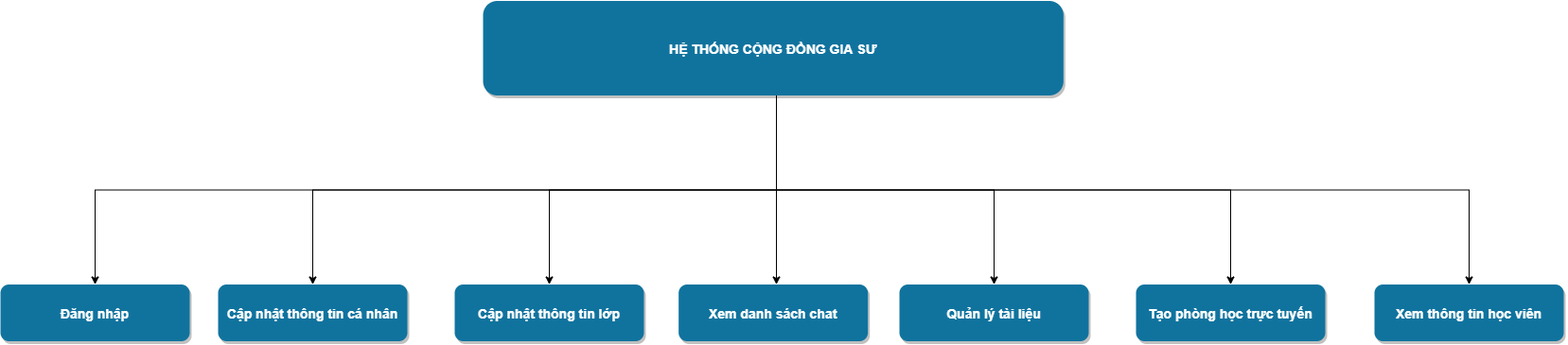
Earlier version of the draw.io export docs/Database_log/1-4/CongDongGiaSu_SoDoChucNang_GiaSu.png (nghiale1/CongDongGiaSu). Source tidied: cells renumbered, new cells last; positions are measured from the earlier drawing's top-left corner, leaving out a move shared by most shapes. Its diagram source:
```xml
<mxGraphModel background="#ffffff">
  <root>
    <mxCell id="0" />
    <mxCell id="1" parent="0" />
    <mxCell id="2" style="edgeStyle=orthogonalEdgeStyle;rounded=0;jettySize=auto;html=1;entryX=0.5;entryY=0;entryDx=0;entryDy=0;" parent="1" edge="1" source="9" target="10">
      <mxGeometry relative="1" as="geometry">
        <Array as="points">
          <mxPoint x="820" y="200" />
          <mxPoint x="100" y="200" />
        </Array>
      </mxGeometry>
    </mxCell>
    <mxCell id="3" style="edgeStyle=orthogonalEdgeStyle;rounded=0;jettySize=auto;html=1;entryX=0.5;entryY=0;entryDx=0;entryDy=0;" parent="1" edge="1" source="9" target="11">
      <mxGeometry relative="1" as="geometry">
        <Array as="points">
          <mxPoint x="820" y="200" />
          <mxPoint x="330" y="200" />
        </Array>
      </mxGeometry>
    </mxCell>
    <mxCell id="4" style="edgeStyle=orthogonalEdgeStyle;rounded=0;jettySize=auto;html=1;entryX=0.5;entryY=0;entryDx=0;entryDy=0;" parent="1" edge="1" source="9" target="12">
      <mxGeometry relative="1" as="geometry">
        <Array as="points">
          <mxPoint x="820" y="200" />
          <mxPoint x="580" y="200" />
        </Array>
      </mxGeometry>
    </mxCell>
    <mxCell id="5" style="edgeStyle=orthogonalEdgeStyle;rounded=0;jettySize=auto;html=1;" parent="1" edge="1" source="9" target="13">
      <mxGeometry relative="1" as="geometry">
        <Array as="points">
          <mxPoint x="820" y="230" />
          <mxPoint x="820" y="230" />
        </Array>
      </mxGeometry>
    </mxCell>
    <mxCell id="6" style="edgeStyle=orthogonalEdgeStyle;rounded=0;jettySize=auto;html=1;entryX=0.5;entryY=0;entryDx=0;entryDy=0;" parent="1" edge="1" source="9" target="14">
      <mxGeometry relative="1" as="geometry">
        <Array as="points">
          <mxPoint x="820" y="200" />
          <mxPoint x="1050" y="200" />
        </Array>
      </mxGeometry>
    </mxCell>
    <mxCell id="7" style="edgeStyle=orthogonalEdgeStyle;rounded=0;jettySize=auto;html=1;entryX=0.5;entryY=0;entryDx=0;entryDy=0;" parent="1" edge="1" source="9" target="15">
      <mxGeometry relative="1" as="geometry">
        <Array as="points">
          <mxPoint x="820" y="200" />
          <mxPoint x="1300" y="200" />
        </Array>
      </mxGeometry>
    </mxCell>
    <mxCell id="8" style="edgeStyle=orthogonalEdgeStyle;rounded=0;jettySize=auto;html=1;entryX=0.5;entryY=0;entryDx=0;entryDy=0;" parent="1" edge="1" source="9" target="16">
      <mxGeometry relative="1" as="geometry">
        <Array as="points">
          <mxPoint x="820" y="200" />
          <mxPoint x="1552" y="200" />
        </Array>
      </mxGeometry>
    </mxCell>
    <mxCell id="9" value="HỆ THỐNG CỘNG ĐỒNG GIA SƯ" style="rounded=1;fillColor=#10739E;strokeColor=none;shadow=1;gradientColor=none;fontStyle=1;fontColor=#FFFFFF;fontSize=14;" parent="1" vertex="1">
      <mxGeometry x="510" width="613.3" height="100" as="geometry" />
    </mxCell>
    <mxCell id="10" value="Đăng nhập" style="rounded=1;fillColor=#10739E;strokeColor=none;shadow=1;gradientColor=none;fontStyle=1;fontColor=#FFFFFF;fontSize=14;" parent="1" vertex="1">
      <mxGeometry y="300" width="200" height="60" as="geometry" />
    </mxCell>
    <mxCell id="11" value="Cập nhật thông tin cá nhân" style="rounded=1;fillColor=#10739E;strokeColor=none;shadow=1;gradientColor=none;fontStyle=1;fontColor=#FFFFFF;fontSize=14;" parent="1" vertex="1">
      <mxGeometry x="230" y="300" width="200" height="60" as="geometry" />
    </mxCell>
    <mxCell id="12" value="Cập nhật thông tin lớp" style="rounded=1;fillColor=#10739E;strokeColor=none;shadow=1;gradientColor=none;fontStyle=1;fontColor=#FFFFFF;fontSize=14;" parent="1" vertex="1">
      <mxGeometry x="480" y="300" width="200" height="60" as="geometry" />
    </mxCell>
    <mxCell id="13" value="Xem danh sách chat" style="rounded=1;fillColor=#10739E;strokeColor=none;shadow=1;gradientColor=none;fontStyle=1;fontColor=#FFFFFF;fontSize=14;" parent="1" vertex="1">
      <mxGeometry x="716.7" y="300" width="200" height="60" as="geometry" />
    </mxCell>
    <mxCell id="14" value="Quản lý tài liệu" style="rounded=1;fillColor=#10739E;strokeColor=none;shadow=1;gradientColor=none;fontStyle=1;fontColor=#FFFFFF;fontSize=14;" parent="1" vertex="1">
      <mxGeometry x="950" y="300" width="200" height="60" as="geometry" />
    </mxCell>
    <mxCell id="15" value="Tạo phòng học trực tuyến" style="rounded=1;fillColor=#10739E;strokeColor=none;shadow=1;gradientColor=none;fontStyle=1;fontColor=#FFFFFF;fontSize=14;" parent="1" vertex="1">
      <mxGeometry x="1200" y="300" width="200" height="60" as="geometry" />
    </mxCell>
    <mxCell id="16" value="Xem thông tin học viên" style="rounded=1;fillColor=#10739E;strokeColor=none;shadow=1;gradientColor=none;fontStyle=1;fontColor=#FFFFFF;fontSize=14;" parent="1" vertex="1">
      <mxGeometry x="1452" y="300" width="200" height="60" as="geometry" />
    </mxCell>
  </root>
</mxGraphModel>
```
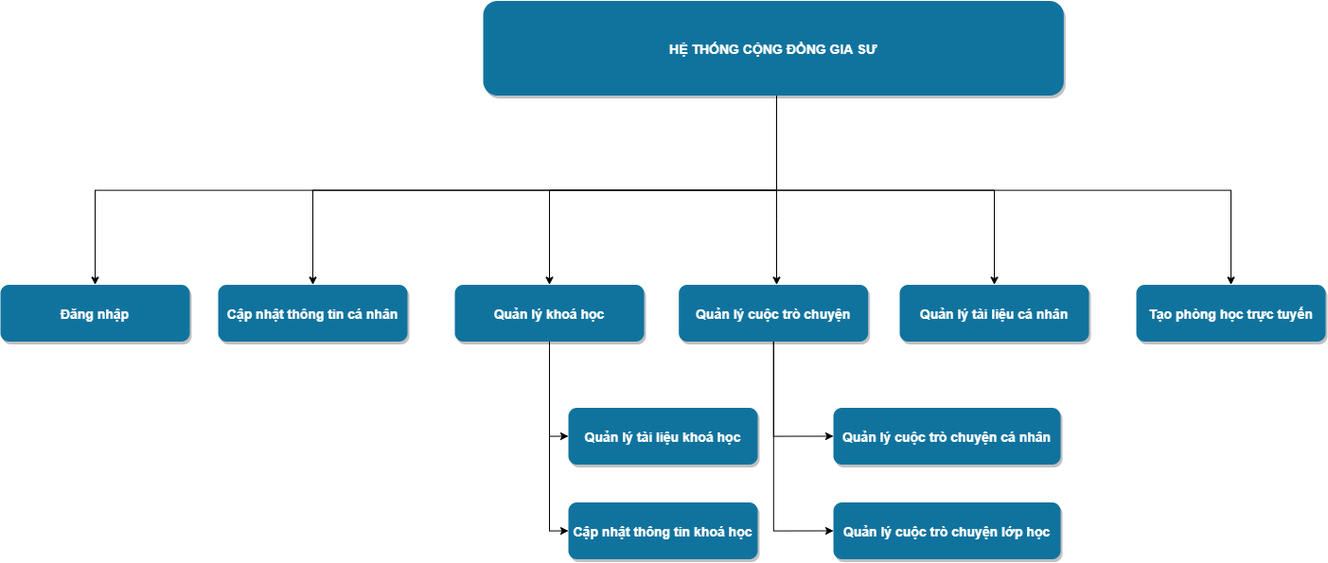
Later version of the same file.

Change to the diagram source:
```diff
@@ -50,14 +50,6 @@
         </Array>
       </mxGeometry>
     </mxCell>
-    <mxCell id="8" style="edgeStyle=orthogonalEdgeStyle;rounded=0;jettySize=auto;html=1;entryX=0.5;entryY=0;entryDx=0;entryDy=0;" parent="1" edge="1" source="9" target="16">
-      <mxGeometry relative="1" as="geometry">
-        <Array as="points">
-          <mxPoint x="820" y="200" />
-          <mxPoint x="1552" y="200" />
-        </Array>
-      </mxGeometry>
-    </mxCell>
     <mxCell id="9" value="HỆ THỐNG CỘNG ĐỒNG GIA SƯ" style="rounded=1;fillColor=#10739E;strokeColor=none;shadow=1;gradientColor=none;fontStyle=1;fontColor=#FFFFFF;fontSize=14;" parent="1" vertex="1">
       <mxGeometry x="510" width="613.3" height="100" as="geometry" />
     </mxCell>
@@ -67,20 +59,41 @@
     <mxCell id="11" value="Cập nhật thông tin cá nhân" style="rounded=1;fillColor=#10739E;strokeColor=none;shadow=1;gradientColor=none;fontStyle=1;fontColor=#FFFFFF;fontSize=14;" parent="1" vertex="1">
       <mxGeometry x="230" y="300" width="200" height="60" as="geometry" />
     </mxCell>
+    <mxCell id="17" style="edgeStyle=orthogonalEdgeStyle;rounded=0;jettySize=auto;html=1;entryX=0;entryY=0.5;entryDx=0;entryDy=0;" parent="1" edge="1" source="12" target="21">
+      <mxGeometry relative="1" as="geometry" />
+    </mxCell>
+    <mxCell id="18" style="edgeStyle=orthogonalEdgeStyle;rounded=0;jettySize=auto;html=1;entryX=0;entryY=0.5;entryDx=0;entryDy=0;" parent="1" edge="1" source="12" target="22">
+      <mxGeometry relative="1" as="geometry" />
+    </mxCell>
-    <mxCell id="12" value="Cập nhật thông tin lớp" style="rounded=1;fillColor=#10739E;strokeColor=none;shadow=1;gradientColor=none;fontStyle=1;fontColor=#FFFFFF;fontSize=14;" parent="1" vertex="1">
+    <mxCell id="12" value="Quản lý khoá học" style="rounded=1;fillColor=#10739E;strokeColor=none;shadow=1;gradientColor=none;fontStyle=1;fontColor=#FFFFFF;fontSize=14;" parent="1" vertex="1">
       <mxGeometry x="480" y="300" width="200" height="60" as="geometry" />
     </mxCell>
+    <mxCell id="19" style="edgeStyle=orthogonalEdgeStyle;rounded=0;jettySize=auto;html=1;entryX=0;entryY=0.5;entryDx=0;entryDy=0;" parent="1" edge="1" source="13" target="23">
+      <mxGeometry relative="1" as="geometry" />
+    </mxCell>
+    <mxCell id="20" style="edgeStyle=orthogonalEdgeStyle;rounded=0;jettySize=auto;html=1;entryX=0;entryY=0.5;entryDx=0;entryDy=0;" parent="1" edge="1" source="13" target="24">
+      <mxGeometry relative="1" as="geometry" />
+    </mxCell>
-    <mxCell id="13" value="Xem danh sách chat" style="rounded=1;fillColor=#10739E;strokeColor=none;shadow=1;gradientColor=none;fontStyle=1;fontColor=#FFFFFF;fontSize=14;" parent="1" vertex="1">
+    <mxCell id="13" value="Quản lý cuộc trò chuyện" style="rounded=1;fillColor=#10739E;strokeColor=none;shadow=1;gradientColor=none;fontStyle=1;fontColor=#FFFFFF;fontSize=14;" parent="1" vertex="1">
       <mxGeometry x="716.7" y="300" width="200" height="60" as="geometry" />
     </mxCell>
-    <mxCell id="14" value="Quản lý tài liệu" style="rounded=1;fillColor=#10739E;strokeColor=none;shadow=1;gradientColor=none;fontStyle=1;fontColor=#FFFFFF;fontSize=14;" parent="1" vertex="1">
+    <mxCell id="14" value="Quản lý tài liệu cá nhân" style="rounded=1;fillColor=#10739E;strokeColor=none;shadow=1;gradientColor=none;fontStyle=1;fontColor=#FFFFFF;fontSize=14;" parent="1" vertex="1">
       <mxGeometry x="950" y="300" width="200" height="60" as="geometry" />
     </mxCell>
     <mxCell id="15" value="Tạo phòng học trực tuyến" style="rounded=1;fillColor=#10739E;strokeColor=none;shadow=1;gradientColor=none;fontStyle=1;fontColor=#FFFFFF;fontSize=14;" parent="1" vertex="1">
       <mxGeometry x="1200" y="300" width="200" height="60" as="geometry" />
     </mxCell>
-    <mxCell id="16" value="Xem thông tin học viên" style="rounded=1;fillColor=#10739E;strokeColor=none;shadow=1;gradientColor=none;fontStyle=1;fontColor=#FFFFFF;fontSize=14;" parent="1" vertex="1">
-      <mxGeometry x="1452" y="300" width="200" height="60" as="geometry" />
-    </mxCell>
+    <mxCell id="21" value="Quản lý tài liệu khoá học" style="rounded=1;fillColor=#10739E;strokeColor=none;shadow=1;gradientColor=none;fontStyle=1;fontColor=#FFFFFF;fontSize=14;" parent="1" vertex="1">
+      <mxGeometry x="600" y="430" width="200" height="60" as="geometry" />
+    </mxCell>
+    <mxCell id="22" value="Cập nhật thông tin khoá học" style="rounded=1;fillColor=#10739E;strokeColor=none;shadow=1;gradientColor=none;fontStyle=1;fontColor=#FFFFFF;fontSize=14;" parent="1" vertex="1">
+      <mxGeometry x="600" y="530" width="200" height="60" as="geometry" />
+    </mxCell>
+    <mxCell id="23" value="Quản lý cuộc trò chuyện cá nhân" style="rounded=1;fillColor=#10739E;strokeColor=none;shadow=1;gradientColor=none;fontStyle=1;fontColor=#FFFFFF;fontSize=14;" parent="1" vertex="1">
+      <mxGeometry x="880" y="430" width="240" height="60" as="geometry" />
+    </mxCell>
+    <mxCell id="24" value="Quản lý cuộc trò chuyện lớp học" style="rounded=1;fillColor=#10739E;strokeColor=none;shadow=1;gradientColor=none;fontStyle=1;fontColor=#FFFFFF;fontSize=14;" parent="1" vertex="1">
+      <mxGeometry x="880" y="530" width="240" height="60" as="geometry" />
+    </mxCell>
   </root>
 </mxGraphModel>
```
